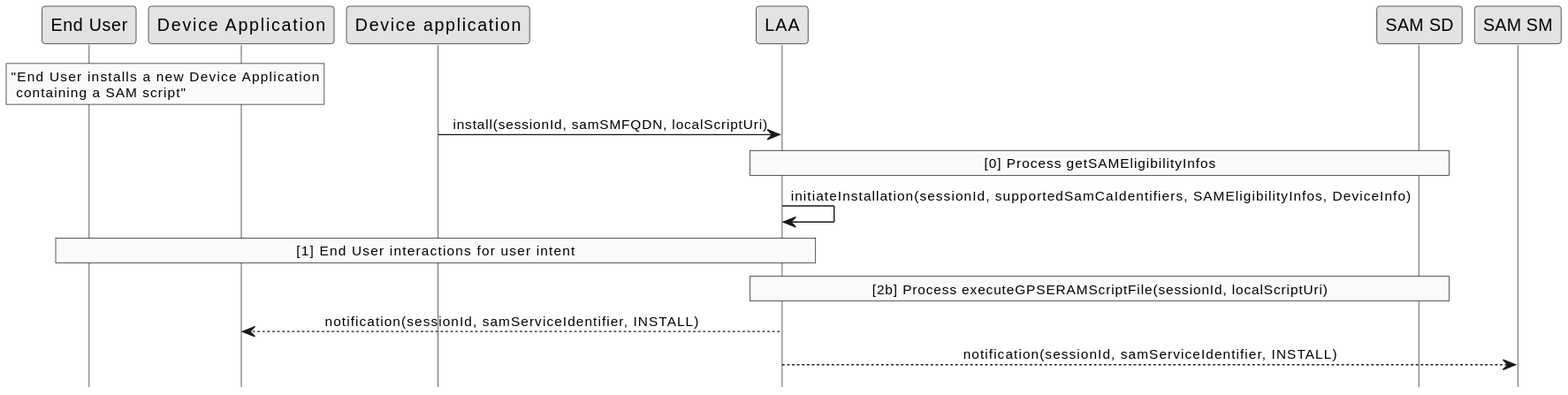
This is doc/uml/delete-device-app.svg from gaelrgerard/laa, a PlantUML export, as it was before one commit.
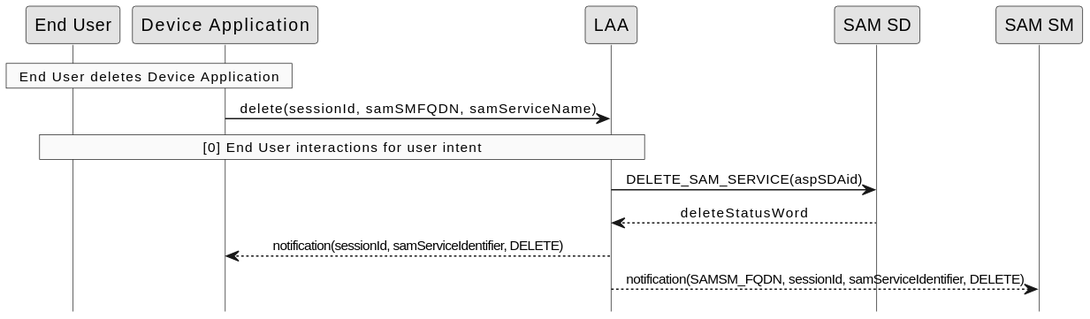
Later version of the same file.

Change to the diagram source:
```diff
@@ -6,29 +6,21 @@
 skinparam monochrome true
 skinparam lifelinestrategy solid
 
-
 rnote over "End User", "Device Application"
-     "End User installs a new Device Application
-      containing a SAM script"
+     End User deletes Device Application
 end rnote
 
-"Device application" -> LAA : install(sessionId, samSMFQDN, localScriptUri)
+"Device Application" -> LAA : delete(sessionId, samSMFQDN, samServiceName)
 
-rnote over "LAA", "SAM SD"
-     [0] Process getSAMEligibilityInfos
+rnote over "LAA", "End User"
+     [0] End User interactions for user intent
 end rnote
 
-"LAA" -> "LAA" : initiateInstallation(sessionId, supportedSamCaIdentifiers, SAMEligibilityInfos, DeviceInfo)
+"LAA" -> "SAM SD" : DELETE_SAM_SERVICE(aspSDAid)
+"SAM SD" --> LAA : deleteStatusWord
 
-rnote over "LAA", "End User"
-     [1] End User interactions for user intent
-end rnote
 
-rnote over "LAA", "SAM SD"
-     [2b] Process executeGPSERAMScriptFile(sessionId, localScriptUri)
-end rnote
+LAA --> "Device Application" : notification(sessionId, aspSDAid, DELETE)
 
-LAA --> "Device Application" : notification(sessionId, samServiceIdentifier, INSTALL)
-
-LAA --> "SAM SM" : notification(sessionId, samServiceIdentifier, INSTALL)
+LAA --> "SAM SM" : notification(SAMSM_FQDN, sessionId, aspSDAid, DELETE)
 @enduml
```
